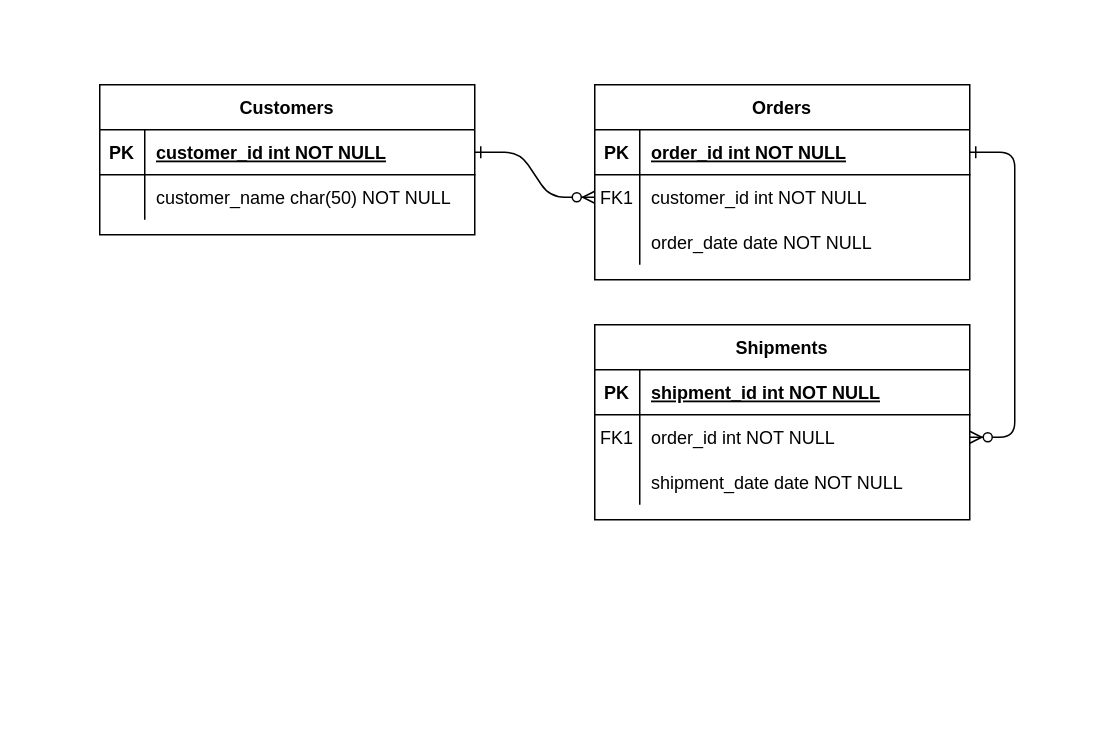
The draw.io diagram Study/DB/제목 없는 다이어그램.drawio in junhong625/TIL, before the edit. Source tidied: cells renumbered, new cells numbered last; positions are measured from the earlier drawing's top-left corner, leaving out a move shared by most shapes. Both pictures are drawn from the tidied source at 150%, with x=0, y=0 at pixel (99, 84).
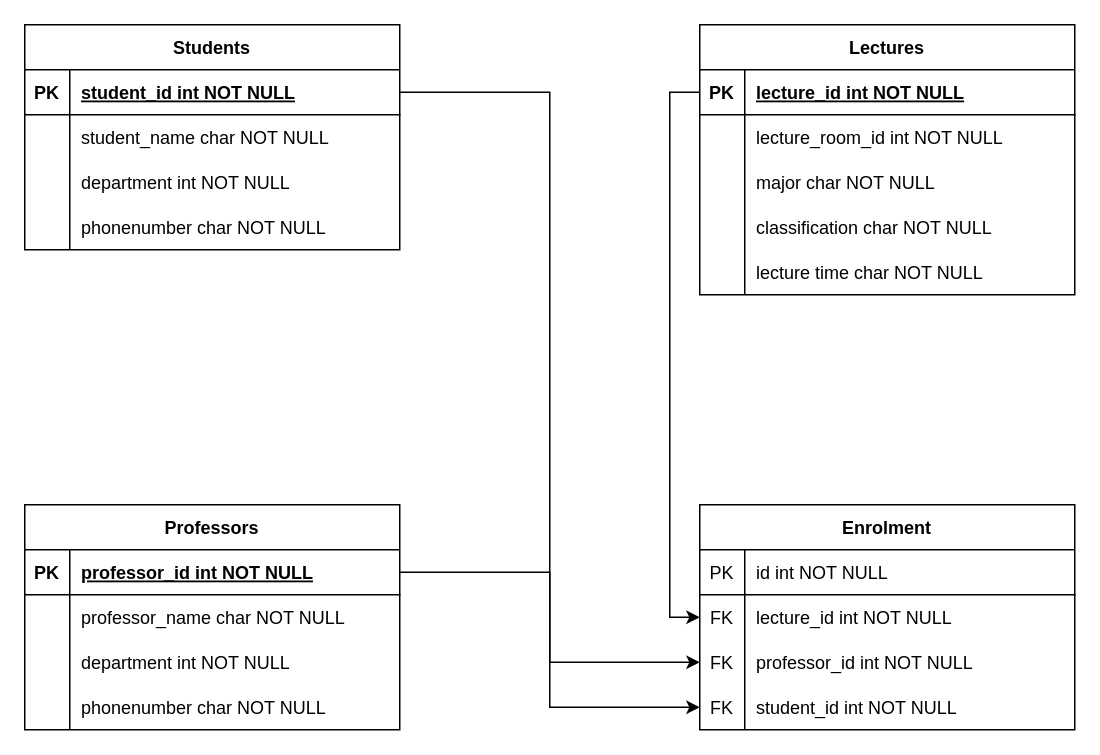
The same page after the edit.

Commit message:
수강신청 ERD

Unchanged cells that the change refers to:
```xml
<mxCell id="5" style="shape=partialRectangle;fillColor=none;points=[[0,0.5],[1,0.5]];portConstraint=eastwest;top=0;left=0;right=0;bottom=1;" parent="4" vertex="1">
  <mxGeometry y="30" width="250" height="30" as="geometry" />
</mxCell>
<mxCell id="8" style="shape=partialRectangle;fillColor=none;points=[[0,0.5],[1,0.5]];portConstraint=eastwest;top=0;left=0;right=0;bottom=0;" parent="4" vertex="1">
  <mxGeometry y="60" width="250" height="30" as="geometry" />
</mxCell>
<mxCell id="15" style="shape=partialRectangle;fillColor=none;points=[[0,0.5],[1,0.5]];portConstraint=eastwest;top=0;left=0;right=0;bottom=1;" parent="14" vertex="1">
  <mxGeometry y="30" width="250" height="30" as="geometry" />
</mxCell>
<mxCell id="18" style="shape=partialRectangle;fillColor=none;points=[[0,0.5],[1,0.5]];portConstraint=eastwest;top=0;left=0;right=0;bottom=0;" parent="14" vertex="1">
  <mxGeometry y="60" width="250" height="30" as="geometry" />
</mxCell>
<mxCell id="25" style="shape=partialRectangle;fillColor=none;points=[[0,0.5],[1,0.5]];portConstraint=eastwest;top=0;left=0;right=0;bottom=1;" parent="24" vertex="1">
  <mxGeometry y="30" width="250" height="30" as="geometry" />
</mxCell>
<mxCell id="28" style="shape=partialRectangle;fillColor=none;top=0;left=0;right=0;bottom=0;" parent="24" vertex="1">
  <mxGeometry y="60" width="250" height="30" as="geometry" />
</mxCell>
```

The edit, as a diff of the source:
```diff
@@
-    <mxCell id="2" style="edgeStyle=entityRelationEdgeStyle;endArrow=ERzeroToMany;startArrow=ERone;endFill=1;startFill=0;" parent="1" edge="1" source="25" target="8">
-      <mxGeometry relative="1" as="geometry" />
-    </mxCell>
-    <mxCell id="3" style="edgeStyle=entityRelationEdgeStyle;endArrow=ERzeroToMany;startArrow=ERone;endFill=1;startFill=0;" parent="1" edge="1" source="5" target="18">
-      <mxGeometry relative="1" as="geometry" />
-    </mxCell>
-    <mxCell id="4" value="Orders" style="shape=table;startSize=30;childLayout=tableLayout;rowLines=0;fontStyle=1;align=center;" parent="1" vertex="1">
-      <mxGeometry x="330" width="250" height="130" as="geometry" />
+    <mxCell id="4" value="Lectures" style="shape=table;startSize=30;childLayout=tableLayout;rowLines=0;fontStyle=1;align=center;" parent="1" vertex="1">
+      <mxGeometry x="400" y="-40" width="250" height="180" as="geometry" />
     </mxCell>
@@
-    <mxCell id="7" value="order_id int NOT NULL " style="shape=partialRectangle;overflow=hidden;fillColor=none;top=0;left=0;bottom=0;right=0;align=left;spacingLeft=6;fontStyle=5;" parent="5" vertex="1">
+    <mxCell id="7" value="lecture_id int NOT NULL " style="shape=partialRectangle;overflow=hidden;fillColor=none;top=0;left=0;bottom=0;right=0;align=left;spacingLeft=6;fontStyle=5;" parent="5" vertex="1">
       <mxGeometry x="30" width="220" height="30" as="geometry" />
     </mxCell>
@@
-    <mxCell id="9" value="FK1" style="shape=partialRectangle;overflow=hidden;fillColor=none;top=0;left=0;bottom=0;right=0;" parent="8" vertex="1">
+    <mxCell id="9" style="shape=partialRectangle;overflow=hidden;fillColor=none;top=0;left=0;bottom=0;right=0;" parent="8" vertex="1">
       <mxGeometry width="30" height="30" as="geometry" />
     </mxCell>
-    <mxCell id="10" value="customer_id int NOT NULL" style="shape=partialRectangle;overflow=hidden;fillColor=none;top=0;left=0;bottom=0;right=0;align=left;spacingLeft=6;" parent="8" vertex="1">
+    <mxCell id="10" value="lecture_room_id int NOT NULL" style="shape=partialRectangle;overflow=hidden;fillColor=none;top=0;left=0;bottom=0;right=0;align=left;spacingLeft=6;" parent="8" vertex="1">
       <mxGeometry x="30" width="220" height="30" as="geometry" />
     </mxCell>
-    <mxCell id="11" style="shape=partialRectangle;fillColor=none;top=0;left=0;right=0;bottom=0;" parent="4" vertex="1">
-      <mxGeometry y="90" width="250" height="30" as="geometry" />
-    </mxCell>
-    <mxCell id="12" style="shape=partialRectangle;overflow=hidden;fillColor=none;top=0;left=0;bottom=0;right=0;" parent="11" vertex="1">
-      <mxGeometry width="30" height="30" as="geometry" />
-    </mxCell>
-    <mxCell id="13" value="order_date date NOT NULL" style="shape=partialRectangle;overflow=hidden;fillColor=none;top=0;left=0;bottom=0;right=0;align=left;spacingLeft=6;" parent="11" vertex="1">
-      <mxGeometry x="30" width="220" height="30" as="geometry" />
-    </mxCell>
+    <mxCell id="31" style="shape=partialRectangle;fillColor=none;top=0;left=0;right=0;bottom=0;" parent="4" vertex="1">
+      <mxGeometry y="90" width="250" height="30" as="geometry" />
+    </mxCell>
+    <mxCell id="32" style="shape=partialRectangle;overflow=hidden;fillColor=none;top=0;left=0;bottom=0;right=0;" parent="31" vertex="1">
+      <mxGeometry width="30" height="30" as="geometry" />
+    </mxCell>
+    <mxCell id="33" value="major char NOT NULL" style="shape=partialRectangle;overflow=hidden;fillColor=none;top=0;left=0;bottom=0;right=0;align=left;spacingLeft=6;" parent="31" vertex="1">
+      <mxGeometry x="30" width="220" height="30" as="geometry" />
+    </mxCell>
+    <mxCell id="34" style="shape=partialRectangle;fillColor=none;top=0;left=0;right=0;bottom=0;" parent="4" vertex="1">
+      <mxGeometry y="120" width="250" height="30" as="geometry" />
+    </mxCell>
+    <mxCell id="35" style="shape=partialRectangle;overflow=hidden;fillColor=none;top=0;left=0;bottom=0;right=0;" parent="34" vertex="1">
+      <mxGeometry width="30" height="30" as="geometry" />
+    </mxCell>
+    <mxCell id="36" value="classification char NOT NULL" style="shape=partialRectangle;overflow=hidden;fillColor=none;top=0;left=0;bottom=0;right=0;align=left;spacingLeft=6;" parent="34" vertex="1">
+      <mxGeometry x="30" width="220" height="30" as="geometry" />
+    </mxCell>
+    <mxCell id="37" style="shape=partialRectangle;fillColor=none;top=0;left=0;right=0;bottom=0;" parent="4" vertex="1">
+      <mxGeometry y="150" width="250" height="30" as="geometry" />
+    </mxCell>
+    <mxCell id="38" style="shape=partialRectangle;overflow=hidden;fillColor=none;top=0;left=0;bottom=0;right=0;" parent="37" vertex="1">
+      <mxGeometry width="30" height="30" as="geometry" />
+    </mxCell>
+    <mxCell id="39" value="lecture time char NOT NULL" style="shape=partialRectangle;overflow=hidden;fillColor=none;top=0;left=0;bottom=0;right=0;align=left;spacingLeft=6;" parent="37" vertex="1">
+      <mxGeometry x="30" width="220" height="30" as="geometry" />
+    </mxCell>
-    <mxCell id="14" value="Shipments" style="shape=table;startSize=30;childLayout=tableLayout;rowLines=0;fontStyle=1;align=center;" parent="1" vertex="1">
-      <mxGeometry x="330" y="160" width="250" height="130" as="geometry" />
+    <mxCell id="14" value="Professors" style="shape=table;startSize=30;childLayout=tableLayout;rowLines=0;fontStyle=1;align=center;" parent="1" vertex="1">
+      <mxGeometry x="-50" y="280" width="250" height="150" as="geometry" />
     </mxCell>
@@
-    <mxCell id="17" value="shipment_id int NOT NULL " style="shape=partialRectangle;overflow=hidden;fillColor=none;top=0;left=0;bottom=0;right=0;align=left;spacingLeft=6;fontStyle=5;" parent="15" vertex="1">
+    <mxCell id="17" value="professor_id int NOT NULL" style="shape=partialRectangle;overflow=hidden;fillColor=none;top=0;left=0;bottom=0;right=0;align=left;spacingLeft=6;fontStyle=5;" parent="15" vertex="1">
       <mxGeometry x="30" width="220" height="30" as="geometry" />
     </mxCell>
@@
-    <mxCell id="19" value="FK1" style="shape=partialRectangle;overflow=hidden;fillColor=none;top=0;left=0;bottom=0;right=0;" parent="18" vertex="1">
+    <mxCell id="19" style="shape=partialRectangle;overflow=hidden;fillColor=none;top=0;left=0;bottom=0;right=0;" parent="18" vertex="1">
       <mxGeometry width="30" height="30" as="geometry" />
     </mxCell>
-    <mxCell id="20" value="order_id int NOT NULL" style="shape=partialRectangle;overflow=hidden;fillColor=none;top=0;left=0;bottom=0;right=0;align=left;spacingLeft=6;" parent="18" vertex="1">
+    <mxCell id="20" value="professor_name char NOT NULL" style="shape=partialRectangle;overflow=hidden;fillColor=none;top=0;left=0;bottom=0;right=0;align=left;spacingLeft=6;" parent="18" vertex="1">
       <mxGeometry x="30" width="220" height="30" as="geometry" />
     </mxCell>
+    <mxCell id="40" style="shape=partialRectangle;fillColor=none;top=0;left=0;right=0;bottom=0;" parent="14" vertex="1">
+      <mxGeometry y="90" width="250" height="30" as="geometry" />
+    </mxCell>
+    <mxCell id="41" style="shape=partialRectangle;overflow=hidden;fillColor=none;top=0;left=0;bottom=0;right=0;" parent="40" vertex="1">
+      <mxGeometry width="30" height="30" as="geometry" />
+    </mxCell>
+    <mxCell id="42" value="department int NOT NULL" style="shape=partialRectangle;overflow=hidden;fillColor=none;top=0;left=0;bottom=0;right=0;align=left;spacingLeft=6;" parent="40" vertex="1">
+      <mxGeometry x="30" width="220" height="30" as="geometry" />
+    </mxCell>
     <mxCell id="21" style="shape=partialRectangle;fillColor=none;top=0;left=0;right=0;bottom=0;" parent="14" vertex="1">
-      <mxGeometry y="90" width="250" height="30" as="geometry" />
+      <mxGeometry y="120" width="250" height="30" as="geometry" />
     </mxCell>
@@
-    <mxCell id="23" value="shipment_date date NOT NULL" style="shape=partialRectangle;overflow=hidden;fillColor=none;top=0;left=0;bottom=0;right=0;align=left;spacingLeft=6;" parent="21" vertex="1">
+    <mxCell id="23" value="phonenumber char NOT NULL" style="shape=partialRectangle;overflow=hidden;fillColor=none;top=0;left=0;bottom=0;right=0;align=left;spacingLeft=6;" parent="21" vertex="1">
       <mxGeometry x="30" width="220" height="30" as="geometry" />
     </mxCell>
-    <mxCell id="24" value="Customers" style="shape=table;startSize=30;childLayout=tableLayout;rowLines=0;fontStyle=1;align=center;" parent="1" vertex="1">
-      <mxGeometry width="250" height="100" as="geometry" />
+    <mxCell id="24" value="Students" style="shape=table;startSize=30;childLayout=tableLayout;rowLines=0;fontStyle=1;align=center;" parent="1" vertex="1">
+      <mxGeometry x="-50" y="-40" width="250" height="150" as="geometry" />
     </mxCell>
@@
-    <mxCell id="27" value="customer_id int NOT NULL " style="shape=partialRectangle;overflow=hidden;fillColor=none;top=0;left=0;bottom=0;right=0;align=left;spacingLeft=6;fontStyle=5;" parent="25" vertex="1">
+    <mxCell id="27" value="student_id int NOT NULL " style="shape=partialRectangle;overflow=hidden;fillColor=none;top=0;left=0;bottom=0;right=0;align=left;spacingLeft=6;fontStyle=5;" parent="25" vertex="1">
       <mxGeometry x="30" width="220" height="30" as="geometry" />
     </mxCell>
@@
-    <mxCell id="30" value="customer_name char(50) NOT NULL" style="shape=partialRectangle;overflow=hidden;fillColor=none;top=0;left=0;bottom=0;right=0;align=left;spacingLeft=6;" parent="28" vertex="1">
+    <mxCell id="30" value="student_name char NOT NULL" style="shape=partialRectangle;overflow=hidden;fillColor=none;top=0;left=0;bottom=0;right=0;align=left;spacingLeft=6;" parent="28" vertex="1">
       <mxGeometry x="30" width="220" height="30" as="geometry" />
     </mxCell>
+    <mxCell id="43" style="shape=partialRectangle;fillColor=none;top=0;left=0;right=0;bottom=0;" parent="24" vertex="1">
+      <mxGeometry y="90" width="250" height="30" as="geometry" />
+    </mxCell>
+    <mxCell id="44" style="shape=partialRectangle;overflow=hidden;fillColor=none;top=0;left=0;bottom=0;right=0;" parent="43" vertex="1">
+      <mxGeometry width="30" height="30" as="geometry" />
+    </mxCell>
+    <mxCell id="45" value="department int NOT NULL" style="shape=partialRectangle;overflow=hidden;fillColor=none;top=0;left=0;bottom=0;right=0;align=left;spacingLeft=6;" parent="43" vertex="1">
+      <mxGeometry x="30" width="220" height="30" as="geometry" />
+    </mxCell>
+    <mxCell id="46" style="shape=partialRectangle;fillColor=none;top=0;left=0;right=0;bottom=0;" parent="24" vertex="1">
+      <mxGeometry y="120" width="250" height="30" as="geometry" />
+    </mxCell>
+    <mxCell id="47" style="shape=partialRectangle;overflow=hidden;fillColor=none;top=0;left=0;bottom=0;right=0;" parent="46" vertex="1">
+      <mxGeometry width="30" height="30" as="geometry" />
+    </mxCell>
+    <mxCell id="48" value="phonenumber char NOT NULL" style="shape=partialRectangle;overflow=hidden;fillColor=none;top=0;left=0;bottom=0;right=0;align=left;spacingLeft=6;" parent="46" vertex="1">
+      <mxGeometry x="30" width="220" height="30" as="geometry" />
+    </mxCell>
+    <mxCell id="49" value="Enrolment" style="shape=table;startSize=30;childLayout=tableLayout;rowLines=0;fontStyle=1;align=center;" parent="1" vertex="1">
+      <mxGeometry x="400" y="280" width="250" height="150" as="geometry" />
+    </mxCell>
+    <mxCell id="50" style="shape=partialRectangle;fillColor=none;top=0;left=0;right=0;bottom=1;" parent="49" vertex="1">
+      <mxGeometry y="30" width="250" height="30" as="geometry" />
+    </mxCell>
+    <mxCell id="51" value="PK" style="shape=partialRectangle;overflow=hidden;fillColor=none;top=0;left=0;bottom=0;right=0;fontStyle=0;" parent="50" vertex="1">
+      <mxGeometry width="30" height="30" as="geometry" />
+    </mxCell>
+    <mxCell id="52" value="id int NOT NULL" style="shape=partialRectangle;overflow=hidden;fillColor=none;top=0;left=0;bottom=0;right=0;align=left;spacingLeft=6;fontStyle=0;" parent="50" vertex="1">
+      <mxGeometry x="30" width="220" height="30" as="geometry" />
+    </mxCell>
+    <mxCell id="53" style="shape=partialRectangle;fillColor=none;points=[[0,0.5],[1,0.5]];portConstraint=eastwest;top=0;left=0;right=0;bottom=0;" parent="49" vertex="1">
+      <mxGeometry y="60" width="250" height="30" as="geometry" />
+    </mxCell>
+    <mxCell id="54" value="FK" style="shape=partialRectangle;overflow=hidden;fillColor=none;top=0;left=0;bottom=0;right=0;" parent="53" vertex="1">
+      <mxGeometry width="30" height="30" as="geometry" />
+    </mxCell>
+    <mxCell id="55" value="lecture_id int NOT NULL" style="shape=partialRectangle;overflow=hidden;fillColor=none;top=0;left=0;bottom=0;right=0;align=left;spacingLeft=6;" parent="53" vertex="1">
+      <mxGeometry x="30" width="220" height="30" as="geometry" />
+    </mxCell>
+    <mxCell id="56" style="shape=partialRectangle;fillColor=none;points=[[0,0.5],[1,0.5]];portConstraint=eastwest;top=0;left=0;right=0;bottom=0;" parent="49" vertex="1">
+      <mxGeometry y="90" width="250" height="30" as="geometry" />
+    </mxCell>
+    <mxCell id="57" value="FK" style="shape=partialRectangle;overflow=hidden;fillColor=none;top=0;left=0;bottom=0;right=0;" parent="56" vertex="1">
+      <mxGeometry width="30" height="30" as="geometry" />
+    </mxCell>
+    <mxCell id="58" value="professor_id int NOT NULL" style="shape=partialRectangle;overflow=hidden;fillColor=none;top=0;left=0;bottom=0;right=0;align=left;spacingLeft=6;" parent="56" vertex="1">
+      <mxGeometry x="30" width="220" height="30" as="geometry" />
+    </mxCell>
+    <mxCell id="59" style="shape=partialRectangle;fillColor=none;points=[[0,0.5],[1,0.5]];portConstraint=eastwest;top=0;left=0;right=0;bottom=0;" parent="49" vertex="1">
+      <mxGeometry y="120" width="250" height="30" as="geometry" />
+    </mxCell>
+    <mxCell id="60" value="FK" style="shape=partialRectangle;overflow=hidden;fillColor=none;top=0;left=0;bottom=0;right=0;" parent="59" vertex="1">
+      <mxGeometry width="30" height="30" as="geometry" />
+    </mxCell>
+    <mxCell id="61" value="student_id int NOT NULL" style="shape=partialRectangle;overflow=hidden;fillColor=none;top=0;left=0;bottom=0;right=0;align=left;spacingLeft=6;" parent="59" vertex="1">
+      <mxGeometry x="30" width="220" height="30" as="geometry" />
+    </mxCell>
+    <mxCell id="62" style="edgeStyle=orthogonalEdgeStyle;rounded=0;jettySize=auto;html=1;exitX=1;exitY=0.5;exitDx=0;exitDy=0;entryX=0;entryY=0.5;entryDx=0;entryDy=0;" parent="1" edge="1" source="25" target="59">
+      <mxGeometry relative="1" as="geometry" />
+    </mxCell>
+    <mxCell id="63" style="edgeStyle=orthogonalEdgeStyle;rounded=0;jettySize=auto;html=1;exitX=1;exitY=0.5;exitDx=0;exitDy=0;entryX=0;entryY=0.5;entryDx=0;entryDy=0;" parent="1" edge="1" source="15" target="56">
+      <mxGeometry relative="1" as="geometry" />
+    </mxCell>
+    <mxCell id="64" style="edgeStyle=orthogonalEdgeStyle;rounded=0;jettySize=auto;html=1;exitX=0;exitY=0.5;exitDx=0;exitDy=0;entryX=0;entryY=0.5;entryDx=0;entryDy=0;" parent="1" edge="1" source="5" target="53">
+      <mxGeometry relative="1" as="geometry" />
+    </mxCell>
```
